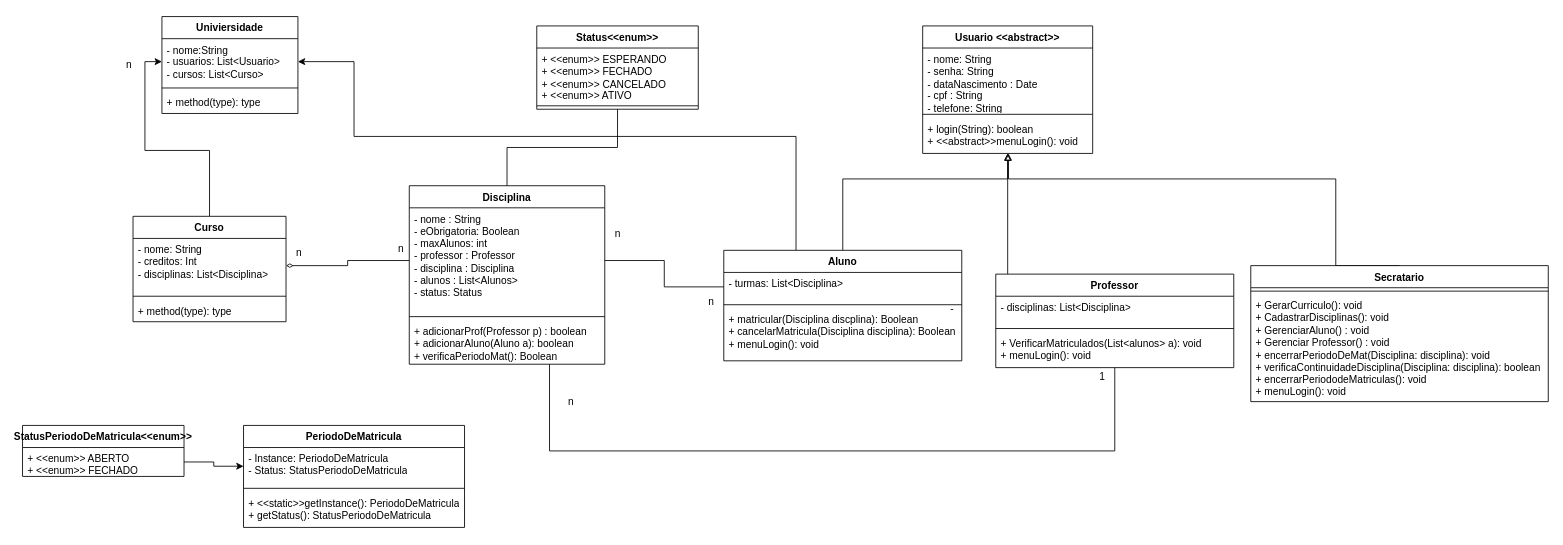
LDS-G5/Projeto-1 keeps this draw.io diagram as projeto/diagramas/DiagramaDeClasses.drawio. Above is the earlier version. Source tidied: cells renumbered, new cells numbered last; positions are measured from the earlier drawing's top-left corner, leaving out a move shared by most shapes. Both pictures are drawn from the tidied source at 85%, with x=0, y=0 at pixel (22, 16).
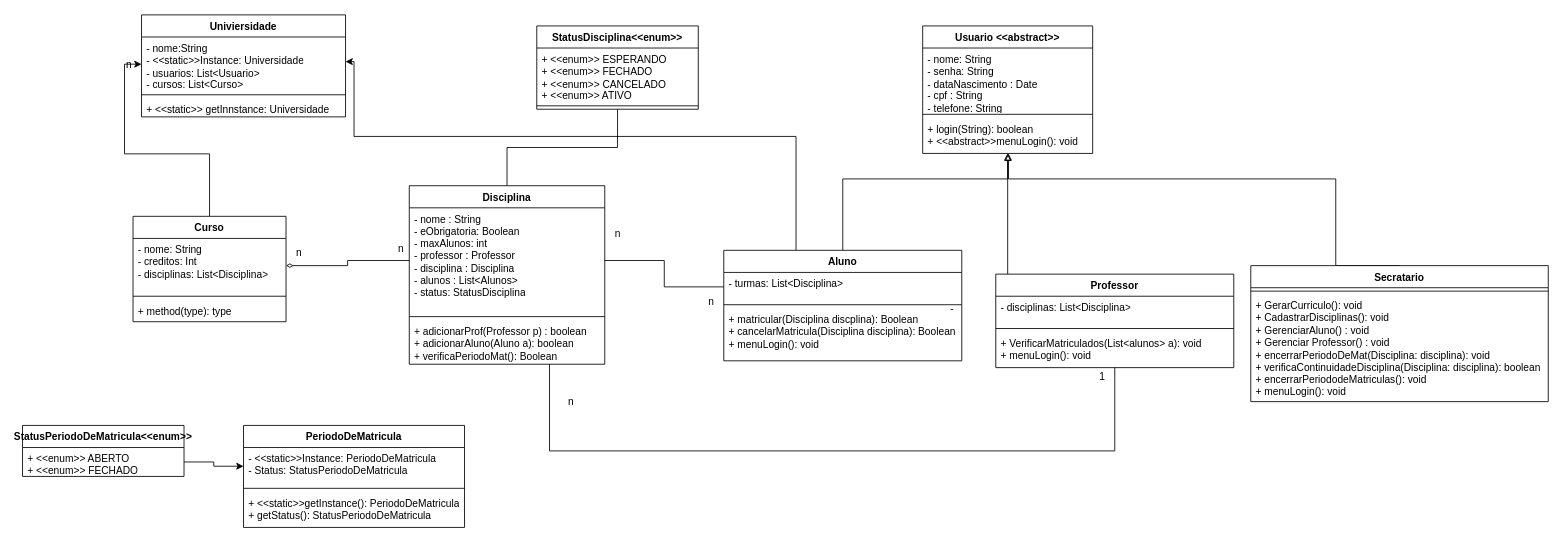
The same diagram, later.

Commit message:
diagrama atualizado

Unchanged cells that the change refers to:
```xml
<mxCell id="2" value="Disciplina" style="swimlane;fontStyle=1;align=center;verticalAlign=top;horizontal=1;startSize=26;whiteSpace=wrap;html=1;" parent="1" vertex="1">
  <mxGeometry x="455" y="199" width="230" height="210" as="geometry" />
</mxCell>
<mxCell id="42" value="PeriodoDeMatricula" style="swimlane;fontStyle=1;align=center;verticalAlign=top;horizontal=1;startSize=26;whiteSpace=wrap;html=1;" parent="1" vertex="1">
  <mxGeometry x="260" y="481" width="260" height="120" as="geometry" />
</mxCell>
```

The edit, as a diff of the source:
```diff
@@
-    <mxCell id="3" value="- nome : String&lt;br style=&quot;border-color: var(--border-color);&quot;&gt;- eObrigatoria: Boolean&lt;br&gt;- maxAlunos: int&lt;br&gt;- professor : Professor&lt;br&gt;- disciplina : Disciplina&lt;br&gt;- alunos : List&amp;lt;Alunos&amp;gt;&lt;br&gt;- status: Status" style="text;strokeColor=none;fillColor=none;align=left;verticalAlign=top;spacingLeft=4;spacingRight=4;overflow=hidden;points=[[0,0.5],[1,0.5]];portConstraint=eastwest;whiteSpace=wrap;html=1;" parent="2" vertex="1">
+    <mxCell id="3" value="- nome : String&lt;br style=&quot;border-color: var(--border-color);&quot;&gt;- eObrigatoria: Boolean&lt;br&gt;- maxAlunos: int&lt;br&gt;- professor : Professor&lt;br&gt;- disciplina : Disciplina&lt;br&gt;- alunos : List&amp;lt;Alunos&amp;gt;&lt;br&gt;- status: StatusDisciplina" style="text;strokeColor=none;fillColor=none;align=left;verticalAlign=top;spacingLeft=4;spacingRight=4;overflow=hidden;points=[[0,0.5],[1,0.5]];portConstraint=eastwest;whiteSpace=wrap;html=1;" parent="2" vertex="1">
       <mxGeometry y="26" width="230" height="124" as="geometry" />
     </mxCell>
@@
-    <mxCell id="36" value="Status&amp;lt;&amp;lt;enum&amp;gt;&amp;gt;" style="swimlane;fontStyle=1;align=center;verticalAlign=top;horizontal=1;startSize=26;whiteSpace=wrap;html=1;" parent="1" vertex="1">
+    <mxCell id="36" value="StatusDisciplina&amp;lt;&amp;lt;enum&amp;gt;&amp;gt;" style="swimlane;fontStyle=1;align=center;verticalAlign=top;horizontal=1;startSize=26;whiteSpace=wrap;html=1;" parent="1" vertex="1">
       <mxGeometry x="605" y="11" width="190" height="98" as="geometry" />
     </mxCell>
@@
-    <mxCell id="43" value="- Instance: PeriodoDeMatricula&lt;br&gt;- Status: StatusPeriodoDeMatricula" style="text;strokeColor=none;fillColor=none;align=left;verticalAlign=top;spacingLeft=4;spacingRight=4;overflow=hidden;points=[[0,0.5],[1,0.5]];portConstraint=eastwest;whiteSpace=wrap;html=1;" parent="42" vertex="1">
+    <mxCell id="43" value="- &amp;lt;&amp;lt;static&amp;gt;&amp;gt;Instance: PeriodoDeMatricula&lt;br&gt;- Status: StatusPeriodoDeMatricula" style="text;strokeColor=none;fillColor=none;align=left;verticalAlign=top;spacingLeft=4;spacingRight=4;overflow=hidden;points=[[0,0.5],[1,0.5]];portConstraint=eastwest;whiteSpace=wrap;html=1;" parent="42" vertex="1">
       <mxGeometry y="26" width="260" height="44" as="geometry" />
     </mxCell>
@@
     <mxCell id="47" value="Univiersidade" style="swimlane;fontStyle=1;align=center;verticalAlign=top;horizontal=1;startSize=26;whiteSpace=wrap;html=1;" parent="1" vertex="1">
-      <mxGeometry x="164" width="160" height="114" as="geometry" />
+      <mxGeometry x="140" y="-2" width="240" height="120" as="geometry" />
     </mxCell>
-    <mxCell id="48" value="- nome:String&lt;br&gt;- usuarios: List&amp;lt;Usuario&amp;gt;&lt;br&gt;- cursos: List&amp;lt;Curso&amp;gt;" style="text;strokeColor=none;fillColor=none;align=left;verticalAlign=top;spacingLeft=4;spacingRight=4;overflow=hidden;points=[[0,0.5],[1,0.5]];portConstraint=eastwest;whiteSpace=wrap;html=1;" parent="47" vertex="1">
-      <mxGeometry y="26" width="160" height="54" as="geometry" />
+    <mxCell id="48" value="- nome:String&lt;br&gt;- &amp;lt;&amp;lt;static&amp;gt;&amp;gt;Instance: Universidade&lt;br&gt;- usuarios: List&amp;lt;Usuario&amp;gt;&lt;br&gt;- cursos: List&amp;lt;Curso&amp;gt;" style="text;strokeColor=none;fillColor=none;align=left;verticalAlign=top;spacingLeft=4;spacingRight=4;overflow=hidden;points=[[0,0.5],[1,0.5]];portConstraint=eastwest;whiteSpace=wrap;html=1;" parent="47" vertex="1">
+      <mxGeometry y="26" width="240" height="64" as="geometry" />
     </mxCell>
     <mxCell id="49" style="line;strokeWidth=1;fillColor=none;align=left;verticalAlign=middle;spacingTop=-1;spacingLeft=3;spacingRight=3;labelPosition=right;strokeColor=inherit;" parent="47" vertex="1">
-      <mxGeometry y="80" width="160" height="8" as="geometry" />
+      <mxGeometry y="90" width="240" height="8" as="geometry" />
     </mxCell>
-    <mxCell id="50" value="+ method(type): type" style="text;strokeColor=none;fillColor=none;align=left;verticalAlign=top;spacingLeft=4;spacingRight=4;overflow=hidden;whiteSpace=wrap;html=1;" parent="47" vertex="1">
-      <mxGeometry y="88" width="160" height="26" as="geometry" />
+    <mxCell id="50" value="+ &amp;lt;&amp;lt;static&amp;gt;&amp;gt; getInnstance: Universidade" style="text;strokeColor=none;fillColor=none;align=left;verticalAlign=top;spacingLeft=4;spacingRight=4;overflow=hidden;whiteSpace=wrap;html=1;" parent="47" vertex="1">
+      <mxGeometry y="98" width="240" height="22" as="geometry" />
     </mxCell>
```
